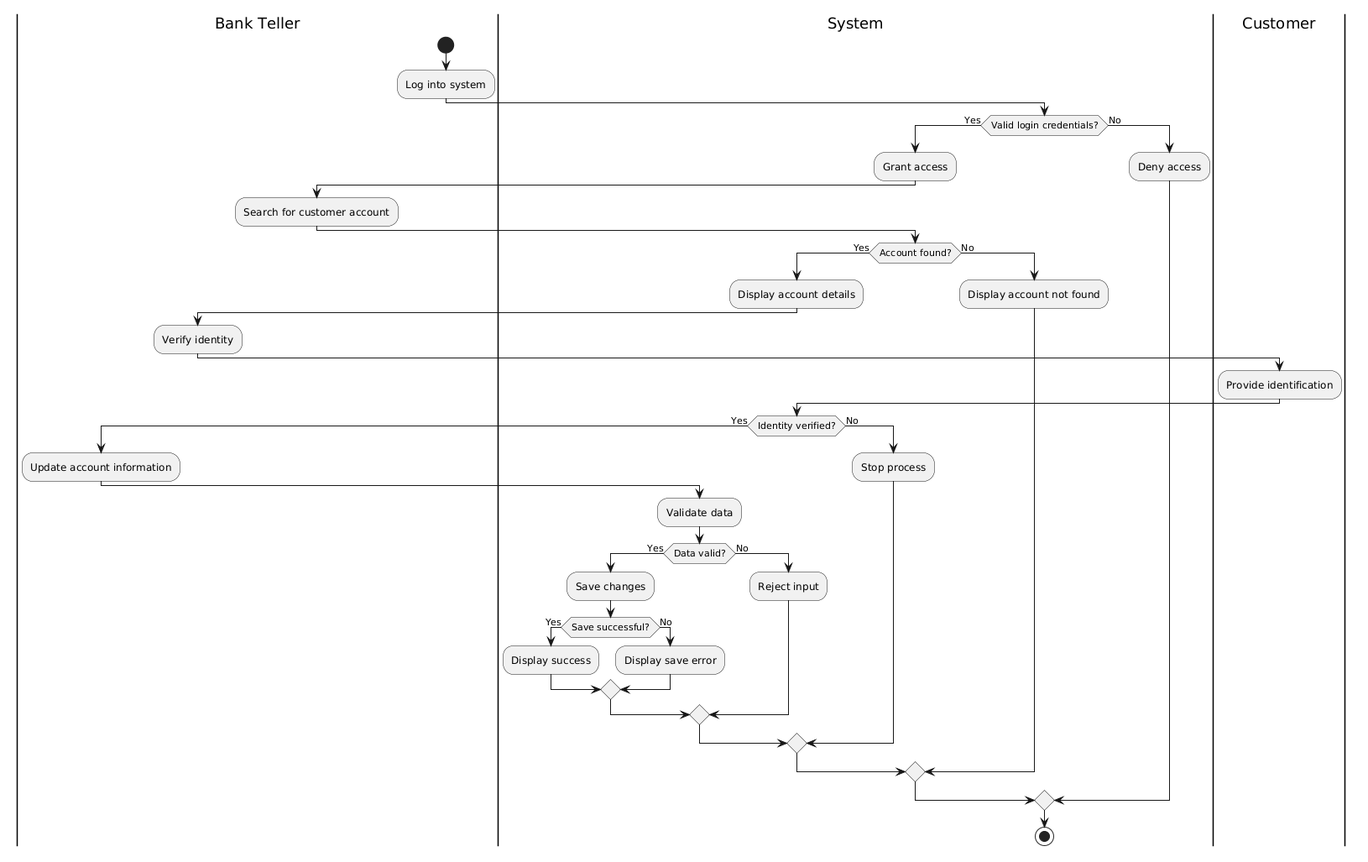
Before: Diagrams/Activity Diagrams/AC_AM3.png, a diagram exported from PlantUML (erindkotobelli12/BankManagementSystem). The source it was exported from:
```plantuml
@startuml
|Bank Teller|
start
:Log into system;

|System|
if (Valid login credentials?) then (Yes)
  :Grant access;

  |Bank Teller|
  :Search for customer account;

  |System|
  if (Account found?) then (Yes)
    :Display account details;

    |Bank Teller|
    :Verify identity;

    |Customer|
    :Provide identification;

    |System|
    if (Identity verified?) then (Yes)

      |Bank Teller|
      :Update account information;

      |System|
      :Validate data;

      if (Data valid?) then (Yes)
        :Save changes;

        if (Save successful?) then (Yes)
          :Display success;
        else (No)
          :Display save error;
        endif

      else (No)
        :Reject input;
      endif

    else (No)
      :Stop process;
    endif

  else (No)
    :Display account not found;
  endif

else (No)
  :Deny access;
endif

stop
@enduml
```
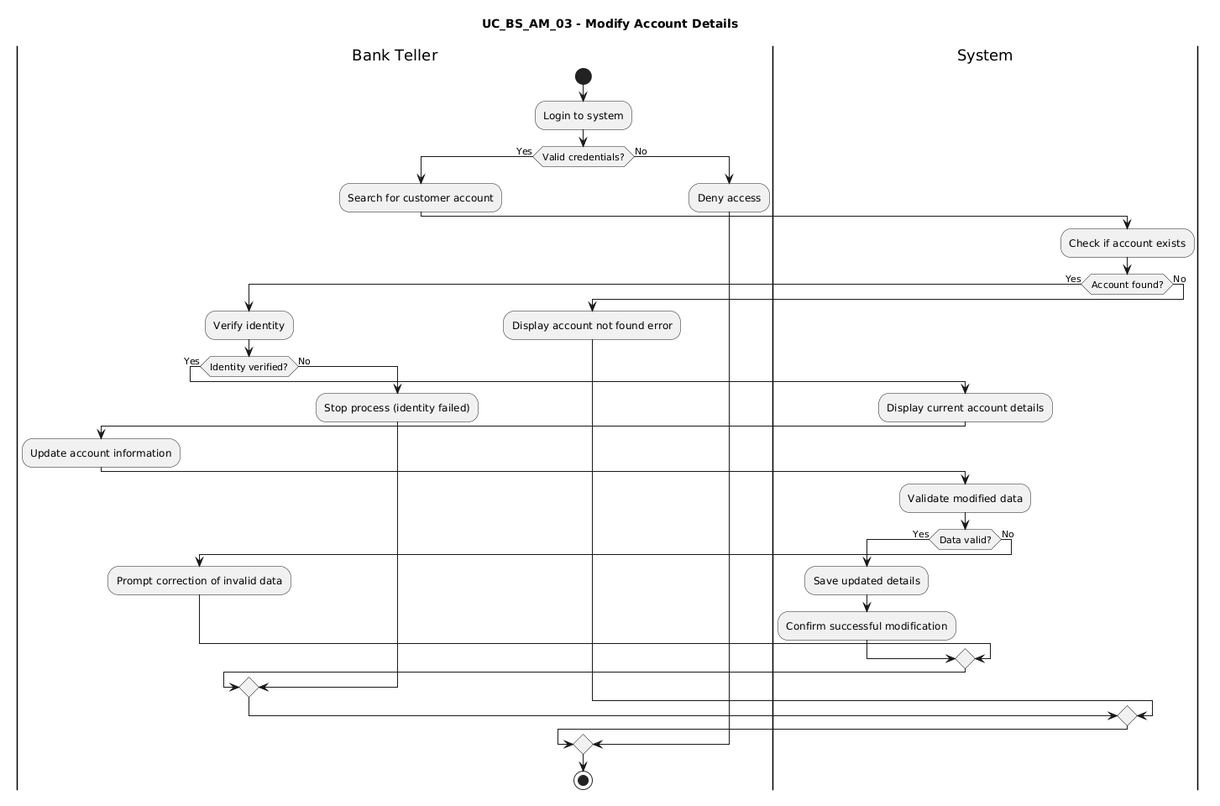
Above is the later version.

The edit, as a diff of the source:
```diff
@@ -1,53 +1,46 @@
 @startuml
+title UC_BS_AM_03 - Modify Account Details
+
 |Bank Teller|
 start
-:Log into system;
+:Login to system;
 
-|System|
-if (Valid login credentials?) then (Yes)
-  :Grant access;
-
-  |Bank Teller|
+if (Valid credentials?) then (Yes)
   :Search for customer account;
 
   |System|
+  :Check if account exists;
+
   if (Account found?) then (Yes)
-    :Display account details;
 
     |Bank Teller|
     :Verify identity;
 
-    |Customer|
-    :Provide identification;
+    if (Identity verified?) then (Yes)
 
-    |System|
-    if (Identity verified?) then (Yes)
+      |System|
+      :Display current account details;
 
       |Bank Teller|
       :Update account information;
 
       |System|
-      :Validate data;
+      :Validate modified data;
 
       if (Data valid?) then (Yes)
-        :Save changes;
-
-        if (Save successful?) then (Yes)
-          :Display success;
-        else (No)
-          :Display save error;
-        endif
-
+        :Save updated details;
+        :Confirm successful modification;
       else (No)
-        :Reject input;
+        |Bank Teller|
+        :Prompt correction of invalid data;
       endif
 
     else (No)
-      :Stop process;
+      :Stop process (identity failed);
     endif
 
   else (No)
-    :Display account not found;
+    :Display account not found error;
   endif
 
 else (No)
```
